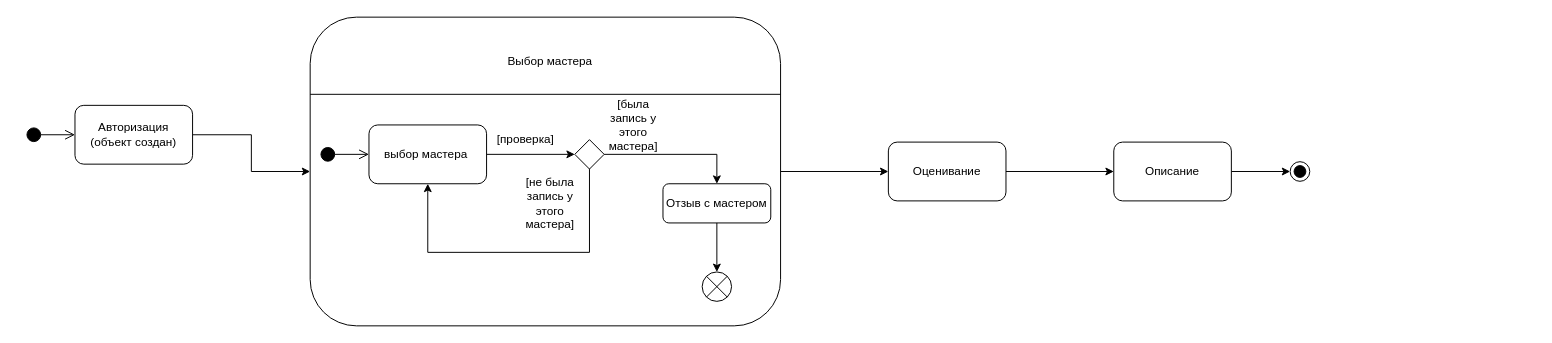
The draw.io diagram Диаграмма_состояний.drawio in Artvell3000/umlLab2, before the edit. Source tidied: cells renumbered, new cells numbered last; positions are measured from the earlier drawing's top-left corner, leaving out a move shared by most shapes. Both pictures are drawn from the tidied source at 98%, with x=0, y=0 at pixel (25, 17).
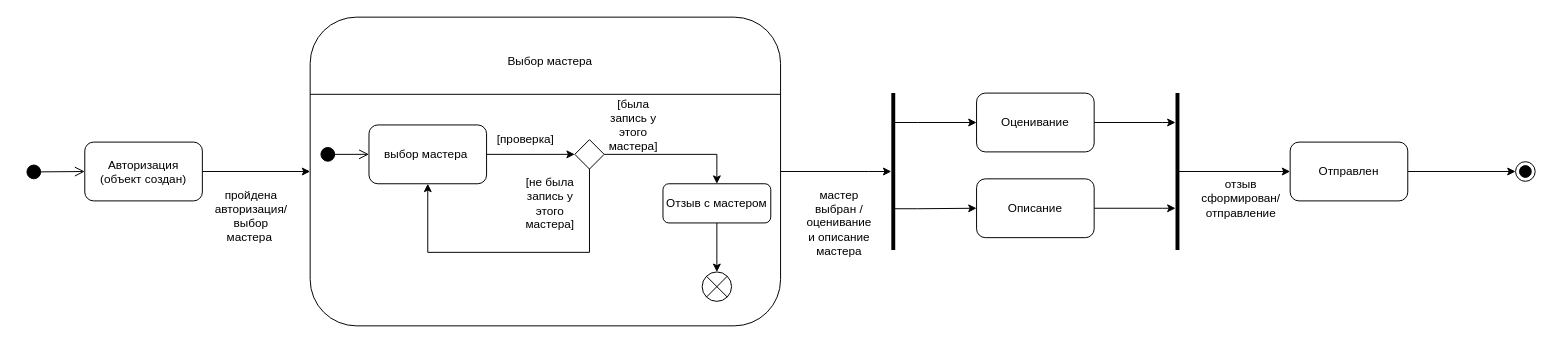
Above is the later version.

The change refers to these unchanged cells:
```xml
<mxCell id="6" style="rounded=1;whiteSpace=wrap;html=1;" parent="1" vertex="1">
  <mxGeometry x="290" width="480" height="315" as="geometry" />
</mxCell>
```

Change to the diagram source:
```diff
@@
     <mxCell id="2" style="html=1;verticalAlign=bottom;startArrow=circle;startFill=1;endArrow=open;startSize=6;endSize=8;curved=0;rounded=0;entryX=0;entryY=0.5;entryDx=0;entryDy=0;" parent="1" edge="1" target="4">
       <mxGeometry relative="1" as="geometry">
-        <mxPoint y="120" as="sourcePoint" />
+        <mxPoint y="158" as="sourcePoint" />
       </mxGeometry>
     </mxCell>
@@
     <mxCell id="4" value="Авторизация &lt;br&gt;(объект создан)" style="rounded=1;whiteSpace=wrap;html=1;" parent="1" vertex="1">
-      <mxGeometry x="50" y="90" width="120" height="60" as="geometry" />
+      <mxGeometry x="60" y="127.5" width="120" height="60" as="geometry" />
     </mxCell>
-    <mxCell id="5" style="edgeStyle=orthogonalEdgeStyle;rounded=0;jettySize=auto;html=1;entryX=0;entryY=0.5;entryDx=0;entryDy=0;" parent="1" edge="1" source="6" target="22">
-      <mxGeometry relative="1" as="geometry" />
-    </mxCell>
+    <mxCell id="26" style="edgeStyle=orthogonalEdgeStyle;rounded=0;jettySize=auto;html=1;" parent="1" edge="1" source="6" target="31">
+      <mxGeometry relative="1" as="geometry">
+        <Array as="points">
+          <mxPoint x="860" y="158" />
+          <mxPoint x="860" y="158" />
+        </Array>
+      </mxGeometry>
+    </mxCell>
@@
-    <mxCell id="21" style="edgeStyle=orthogonalEdgeStyle;rounded=0;jettySize=auto;html=1;entryX=0;entryY=0.5;entryDx=0;entryDy=0;" parent="1" edge="1" source="22" target="24">
-      <mxGeometry relative="1" as="geometry" />
-    </mxCell>
+    <mxCell id="27" style="edgeStyle=orthogonalEdgeStyle;rounded=0;jettySize=auto;html=1;" parent="1" edge="1" source="22" target="33">
+      <mxGeometry relative="1" as="geometry">
+        <Array as="points">
+          <mxPoint x="1160" y="107.5" />
+          <mxPoint x="1160" y="107.5" />
+        </Array>
+      </mxGeometry>
+    </mxCell>
     <mxCell id="22" value="Оценивание" style="rounded=1;whiteSpace=wrap;html=1;" parent="1" vertex="1">
-      <mxGeometry x="880" y="127.5" width="120" height="60" as="geometry" />
+      <mxGeometry x="970" y="77.5" width="120" height="60" as="geometry" />
     </mxCell>
-    <mxCell id="23" style="edgeStyle=orthogonalEdgeStyle;rounded=0;jettySize=auto;html=1;entryX=0;entryY=0.5;entryDx=0;entryDy=0;" parent="1" edge="1" source="24" target="25">
-      <mxGeometry relative="1" as="geometry" />
-    </mxCell>
+    <mxCell id="28" style="edgeStyle=orthogonalEdgeStyle;rounded=0;jettySize=auto;html=1;" parent="1" edge="1" source="24" target="33">
+      <mxGeometry relative="1" as="geometry">
+        <Array as="points">
+          <mxPoint x="1160" y="195.5" />
+          <mxPoint x="1160" y="195.5" />
+        </Array>
+      </mxGeometry>
+    </mxCell>
     <mxCell id="24" value="Описание" style="rounded=1;whiteSpace=wrap;html=1;" parent="1" vertex="1">
-      <mxGeometry x="1110" y="127.5" width="120" height="60" as="geometry" />
+      <mxGeometry x="970" y="165" width="120" height="60" as="geometry" />
     </mxCell>
     <mxCell id="25" style="ellipse;html=1;shape=endState;fillColor=#000000;strokeColor=#000000;" parent="1" vertex="1">
-      <mxGeometry x="1290" y="147.5" width="20" height="20" as="geometry" />
+      <mxGeometry x="1520" y="147.5" width="20" height="20" as="geometry" />
     </mxCell>
+    <mxCell id="29" style="edgeStyle=orthogonalEdgeStyle;rounded=0;jettySize=auto;html=1;entryX=0;entryY=0.5;entryDx=0;entryDy=0;" parent="1" edge="1" source="31" target="22">
+      <mxGeometry relative="1" as="geometry">
+        <Array as="points">
+          <mxPoint x="910" y="107.5" />
+          <mxPoint x="910" y="107.5" />
+        </Array>
+      </mxGeometry>
+    </mxCell>
+    <mxCell id="30" style="edgeStyle=orthogonalEdgeStyle;rounded=0;jettySize=auto;html=1;entryX=0;entryY=0.5;entryDx=0;entryDy=0;" parent="1" edge="1" source="31" target="24">
+      <mxGeometry relative="1" as="geometry">
+        <Array as="points">
+          <mxPoint x="910" y="195.5" />
+          <mxPoint x="910" y="195.5" />
+        </Array>
+      </mxGeometry>
+    </mxCell>
+    <mxCell id="31" style="line;strokeWidth=4;direction=south;html=1;perimeter=backbonePerimeter;points=[];outlineConnect=0;" parent="1" vertex="1">
+      <mxGeometry x="880" y="77.5" width="10" height="160" as="geometry" />
+    </mxCell>
+    <mxCell id="32" style="edgeStyle=orthogonalEdgeStyle;rounded=0;jettySize=auto;html=1;entryX=0;entryY=0.5;entryDx=0;entryDy=0;" parent="1" edge="1" source="33" target="37">
+      <mxGeometry relative="1" as="geometry" />
+    </mxCell>
+    <mxCell id="33" style="line;strokeWidth=4;direction=south;html=1;perimeter=backbonePerimeter;points=[];outlineConnect=0;" parent="1" vertex="1">
+      <mxGeometry x="1170" y="77.5" width="10" height="160" as="geometry" />
+    </mxCell>
+    <mxCell id="34" value="пройдена авторизация/ выбор мастера&amp;nbsp;" style="text;html=1;strokeColor=none;fillColor=none;align=center;verticalAlign=middle;whiteSpace=wrap;rounded=0;" parent="1" vertex="1">
+      <mxGeometry x="200" y="187.5" width="60" height="30" as="geometry" />
+    </mxCell>
+    <mxCell id="35" value="мастер выбран / оценивание и описание мастера" style="text;html=1;strokeColor=none;fillColor=none;align=center;verticalAlign=middle;whiteSpace=wrap;rounded=0;" parent="1" vertex="1">
+      <mxGeometry x="800" y="195" width="60" height="30" as="geometry" />
+    </mxCell>
+    <mxCell id="36" style="edgeStyle=orthogonalEdgeStyle;rounded=0;jettySize=auto;html=1;entryX=0;entryY=0.5;entryDx=0;entryDy=0;" parent="1" edge="1" source="37" target="25">
+      <mxGeometry relative="1" as="geometry" />
+    </mxCell>
+    <mxCell id="37" value="Отправлен" style="rounded=1;whiteSpace=wrap;html=1;" parent="1" vertex="1">
+      <mxGeometry x="1290" y="127.5" width="120" height="60" as="geometry" />
+    </mxCell>
+    <mxCell id="38" value="отзыв сформирован/ отправление" style="text;html=1;strokeColor=none;fillColor=none;align=center;verticalAlign=middle;whiteSpace=wrap;rounded=0;" parent="1" vertex="1">
+      <mxGeometry x="1210" y="170" width="60" height="30" as="geometry" />
+    </mxCell>
```
